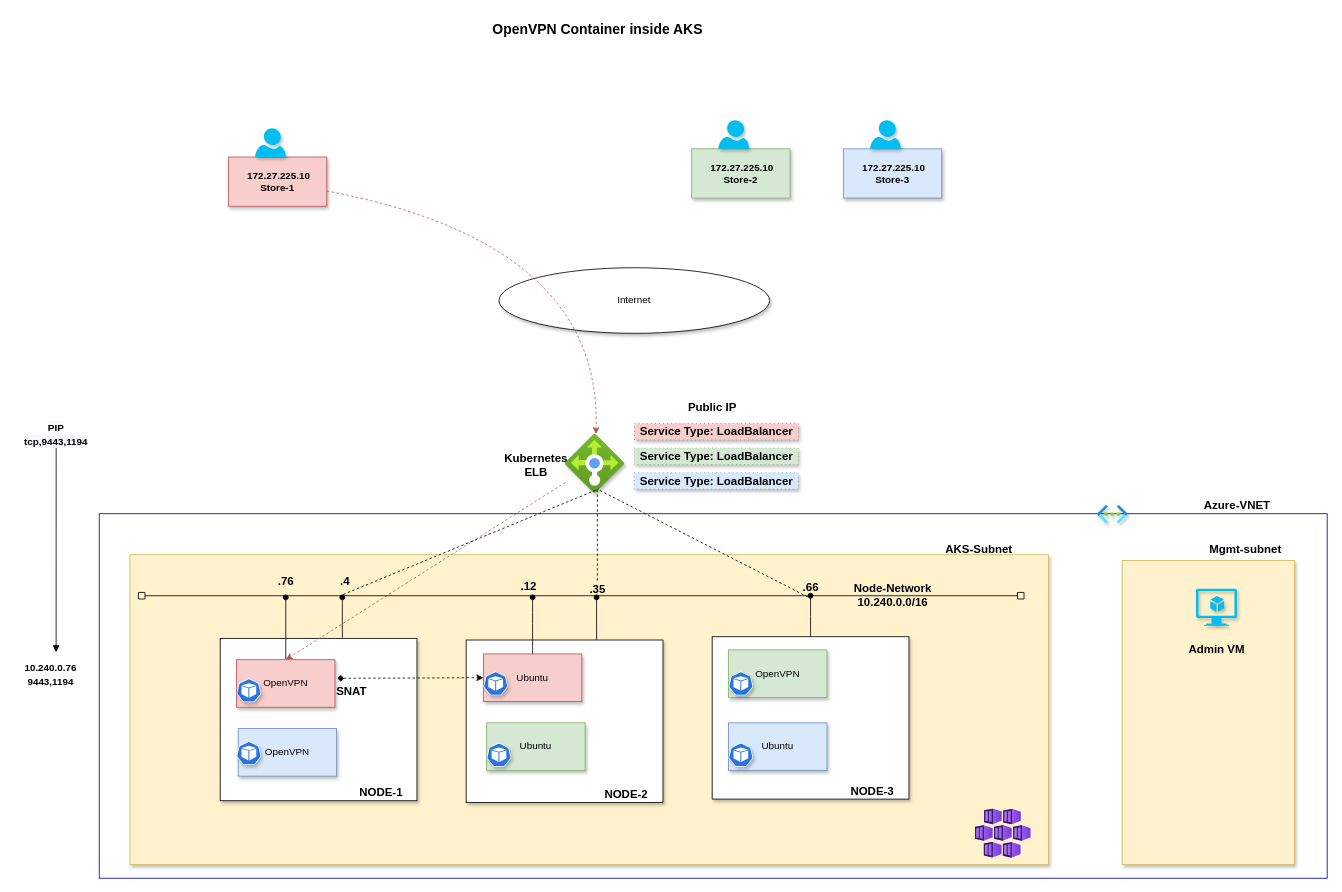
Above: page "AKS" (2 of 2) of architecture-diagram/openvpn-architecture.drawio in nehalineogi/openvpn-aks (draw.io), before the change. Source tidied: cells renumbered, new cells numbered last; positions are measured from the earlier drawing's top-left corner, leaving out a move shared by most shapes. Both pictures are drawn from the tidied source at 82%, with x=0, y=0 at pixel (16, 17).
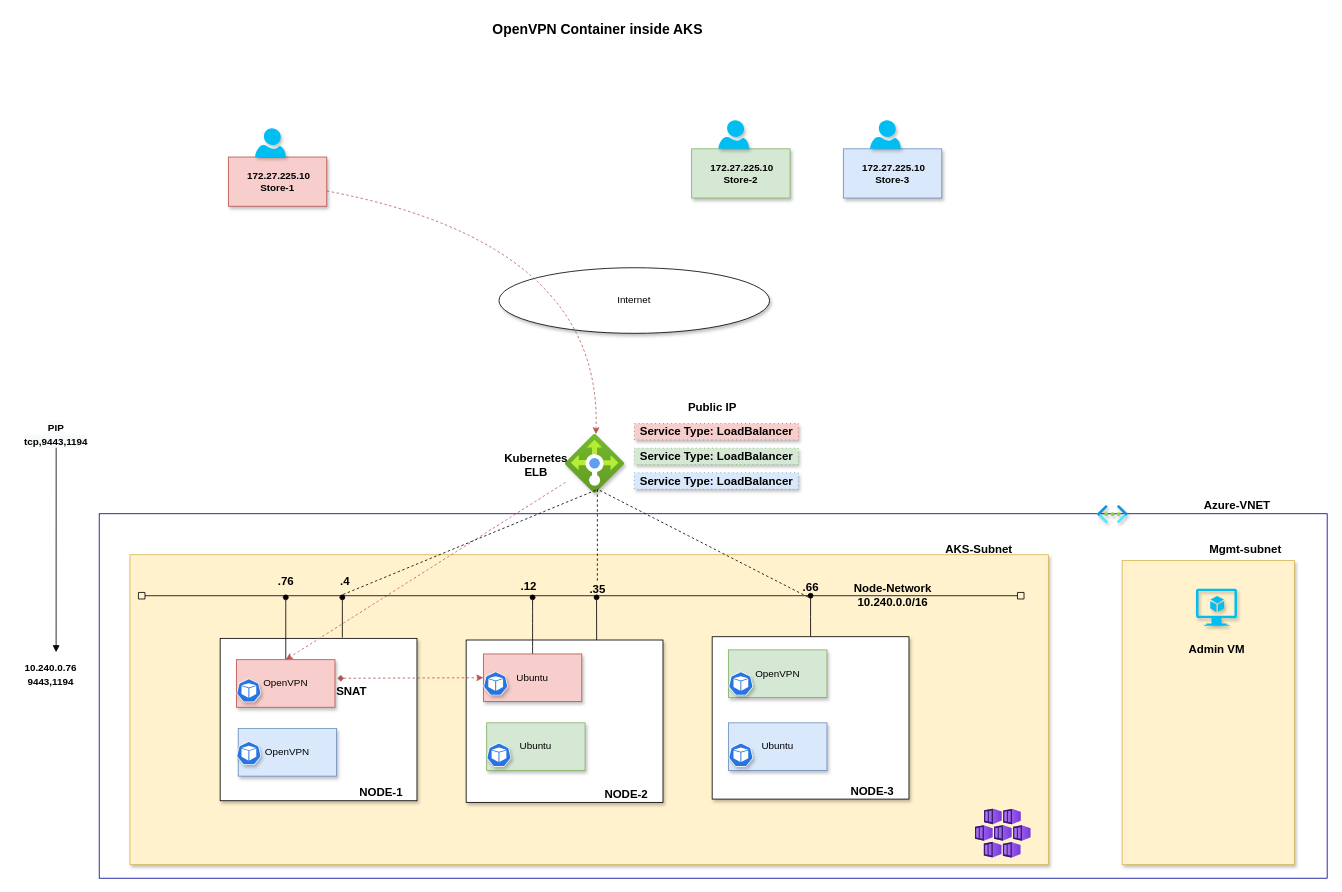
After the change.

The change refers to these unchanged cells:
```xml
<mxCell id="12" value="Ubuntu" style="whiteSpace=wrap;html=1;shadow=1;fillColor=#f8cecc;strokeColor=#b85450;" parent="1" vertex="1">
  <mxGeometry x="569" y="776" width="120" height="58" as="geometry" />
</mxCell>
<mxCell id="32" value="OpenVPN" style="whiteSpace=wrap;html=1;shadow=1;fillColor=#f8cecc;strokeColor=#b85450;" parent="1" vertex="1">
  <mxGeometry x="268" y="783" width="120" height="58" as="geometry" />
</mxCell>
```

Diff of the diagram source:
```diff
@@
-    <mxCell id="9" style="edgeStyle=none;rounded=0;jettySize=auto;html=1;exitX=1.024;exitY=0.391;exitDx=0;exitDy=0;entryX=0;entryY=0.5;entryDx=0;entryDy=0;dashed=1;startArrow=diamond;startFill=1;targetPerimeterSpacing=1;sourcePerimeterSpacing=1;exitPerimeter=0;" parent="1" edge="1" source="32" target="12">
+    <mxCell id="9" style="edgeStyle=none;rounded=0;jettySize=auto;html=1;exitX=1.024;exitY=0.391;exitDx=0;exitDy=0;entryX=0;entryY=0.5;entryDx=0;entryDy=0;dashed=1;startArrow=diamond;startFill=1;targetPerimeterSpacing=1;sourcePerimeterSpacing=1;exitPerimeter=0;fillColor=#f8cecc;strokeColor=#b85450;" parent="1" edge="1" source="32" target="12">
       <mxGeometry relative="1" as="geometry" />
     </mxCell>
```
